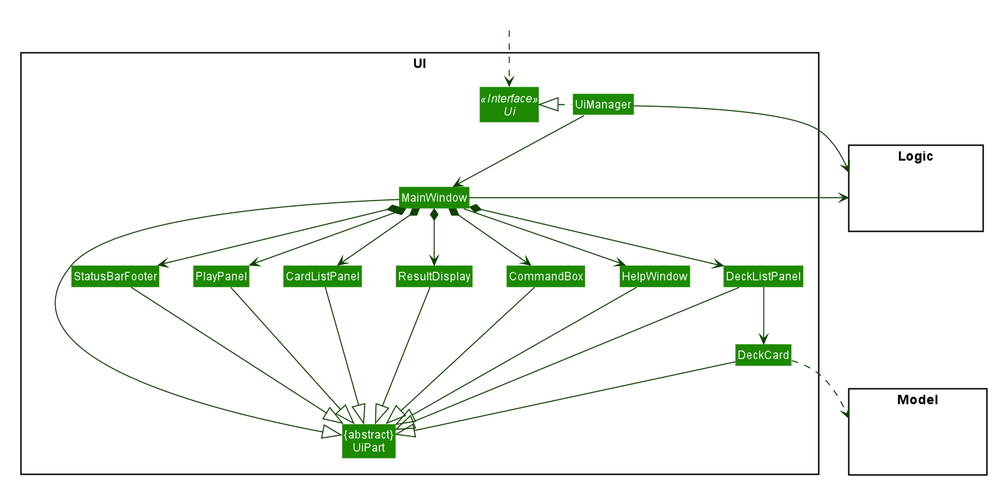
Before: images/UiClassDiagram.png, a diagram exported from PlantUML (AY1920S2-CS2103T-W17-1/main). Source of this version:
```plantuml
@startuml








skinparam BackgroundColor #FFFFFFF

skinparam Shadowing false

skinparam Class {
    FontColor #FFFFFF
    BorderThickness 1
    BorderColor #FFFFFF
    StereotypeFontColor #FFFFFF
    FontName Arial
}

skinparam Actor {
    BorderColor #000000
    Color #000000
    FontName Arial
}

skinparam Sequence {
    MessageAlign center
    BoxFontSize 15
    BoxPadding 0
    BoxFontColor #FFFFFF
    FontName Arial
}

skinparam Participant {
    FontColor #FFFFFFF
    Padding 20
}

skinparam MinClassWidth 50
skinparam ParticipantPadding 10
skinparam Shadowing false
skinparam DefaultTextAlignment center
skinparam packageStyle Rectangle

hide footbox
hide members
hide circle
skinparam arrowThickness 1.1
skinparam arrowColor #0E4100
skinparam classBackgroundColor #1D8900

package UI <<Rectangle>>{
Interface Ui <<Interface>>
Class "{abstract}\nUiPart" as UiPart
Class UiManager
Class MainWindow
Class HelpWindow
Class ResultDisplay
Class DeckListPanel
Class DeckCard
Class StatusBarFooter
Class CommandBox
Class CardListPanel
Class PlayPanel
}

package Model <<Rectangle>> {
Class HiddenModel #FFFFFF
}

package Logic <<Rectangle>> {
Class HiddenLogic #FFFFFF
}

Class HiddenOutside #FFFFFF
HiddenOutside ..> Ui

UiManager .left.|> Ui
UiManager -down-> MainWindow
MainWindow --> HelpWindow
MainWindow *-down-> CommandBox
MainWindow *-down-> ResultDisplay
MainWindow *-down-> CardListPanel
MainWindow *-down-> PlayPanel
MainWindow *-down-> DeckListPanel
MainWindow *-down-> StatusBarFooter

DeckListPanel -down-> DeckCard

MainWindow -left-|> UiPart

ResultDisplay --|> UiPart
CommandBox --|> UiPart
CardListPanel --|> UiPart
PlayPanel --|> UiPart
DeckListPanel --|> UiPart
DeckCard --|> UiPart
StatusBarFooter --|> UiPart
HelpWindow -down-|> UiPart

DeckCard ..> Model
UiManager -right-> Logic
MainWindow -left-> Logic

DeckListPanel -[hidden]left- HelpWindow
HelpWindow -[hidden]left- CommandBox
CommandBox -[hidden]left- ResultDisplay
ResultDisplay -[hidden]left- CardListPanel
CardListPanel -[hidden]left- PlayPanel
PlayPanel -[hidden]left- StatusBarFooter

MainWindow -[hidden]-|> UiPart
@enduml
```
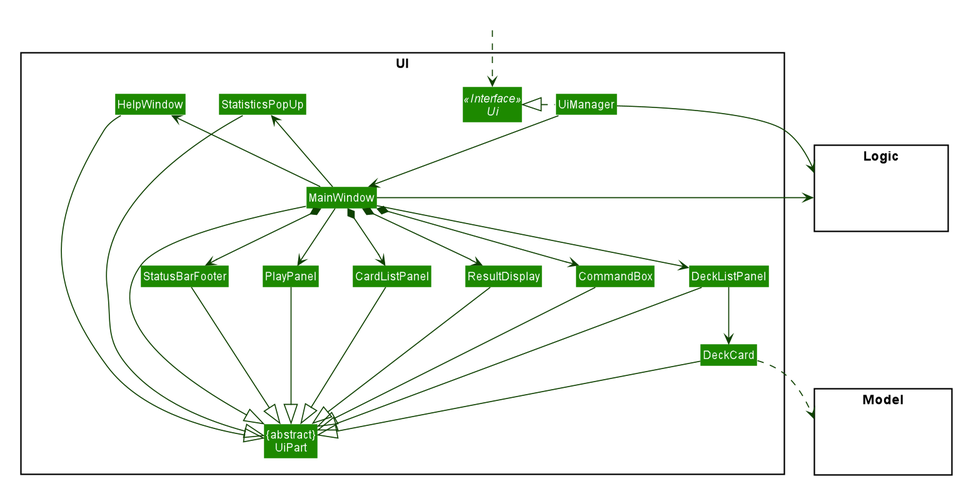
Later version of the same file.

Diff of the diagram source:
```diff
@@ -51,6 +51,7 @@
 skinparam arrowColor #0E4100
 skinparam classBackgroundColor #1D8900
 
+
 package UI <<Rectangle>>{
 Interface Ui <<Interface>>
 Class "{abstract}\nUiPart" as UiPart
@@ -64,6 +65,7 @@
 Class CommandBox
 Class CardListPanel
 Class PlayPanel
+Class StatisticsPopUp
 }
 
 package Model <<Rectangle>> {
@@ -79,12 +81,13 @@
 
 UiManager .left.|> Ui
 UiManager -down-> MainWindow
-MainWindow --> HelpWindow
+MainWindow -up-> HelpWindow
+MainWindow -up-> StatisticsPopUp
 MainWindow *-down-> CommandBox
 MainWindow *-down-> ResultDisplay
 MainWindow *-down-> CardListPanel
-MainWindow *-down-> PlayPanel
-MainWindow *-down-> DeckListPanel
+MainWindow -down-> PlayPanel
+MainWindow -down-> DeckListPanel
 MainWindow *-down-> StatusBarFooter
 
 DeckListPanel -down-> DeckCard
@@ -99,17 +102,18 @@
 DeckCard --|> UiPart
 StatusBarFooter --|> UiPart
 HelpWindow -down-|> UiPart
+StatisticsPopUp -down-|> UiPart
 
 DeckCard ..> Model
 UiManager -right-> Logic
 MainWindow -left-> Logic
 
-DeckListPanel -[hidden]left- HelpWindow
-HelpWindow -[hidden]left- CommandBox
+DeckListPanel -[hidden]left- CommandBox
 CommandBox -[hidden]left- ResultDisplay
 ResultDisplay -[hidden]left- CardListPanel
 CardListPanel -[hidden]left- PlayPanel
 PlayPanel -[hidden]left- StatusBarFooter
+StatisticsPopUp -[hidden]left- HelpWindow
 
 MainWindow -[hidden]-|> UiPart
 @enduml
```
